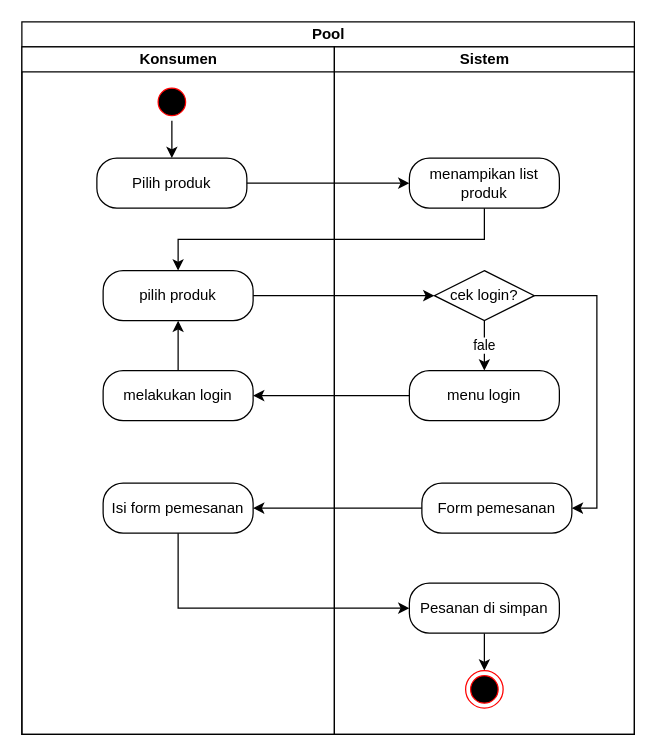
zzarr/Project3-design-diagram keeps this draw.io diagram as Activity diagram pesan produk.drawio. Above is the earlier version. Source tidied: cells renumbered, new cells numbered last; positions are measured from the earlier drawing's top-left corner, leaving out a move shared by most shapes. Both pictures are drawn from the tidied source at 125%, with x=0, y=0 at pixel (21, 21).
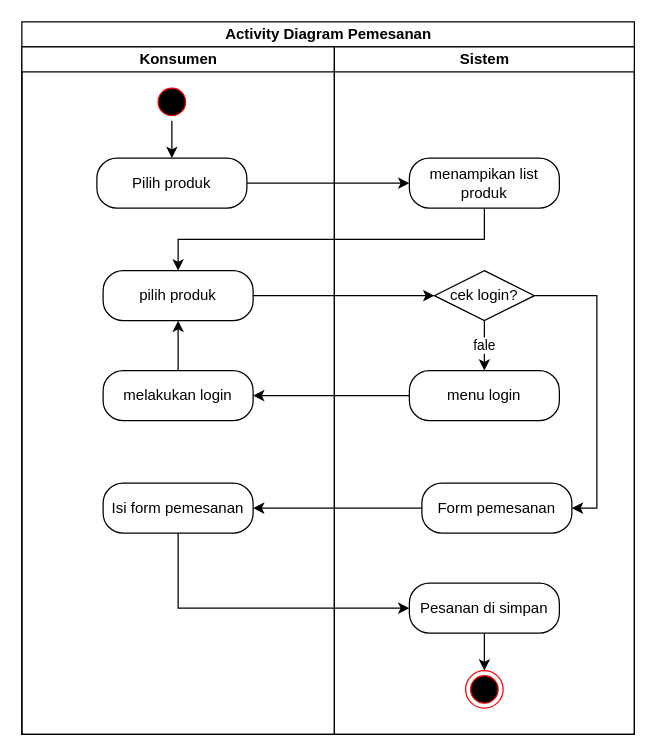
After the change.

What changed in the source:
```diff
@@
-    <mxCell id="2" value="Pool" style="swimlane;startSize=20;html=1;" parent="1" vertex="1">
+    <mxCell id="2" value="Activity Diagram Pemesanan" style="swimlane;startSize=20;html=1;" parent="1" vertex="1">
       <mxGeometry width="490" height="570" as="geometry" />
     </mxCell>
```
